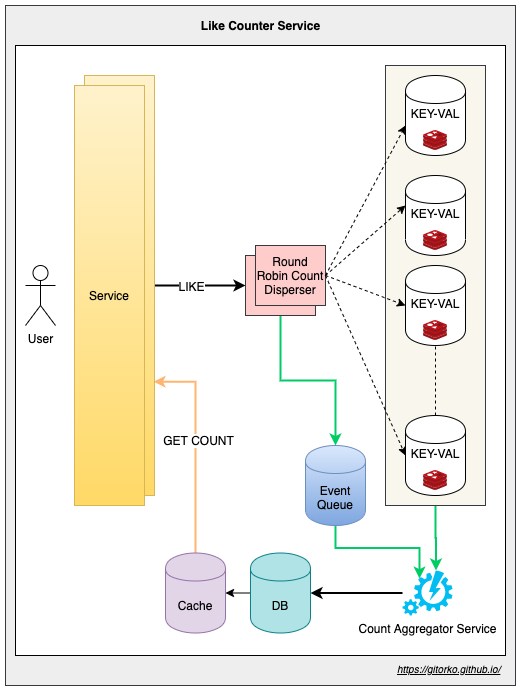
Above: post/grokking-the-system-design-interview/like-service.png in gitorko/gitorko.github.io (draw.io), before the change. Source tidied: cells renumbered, new cells last; positions are measured from the earlier drawing's top-left corner, leaving out a move shared by most shapes.
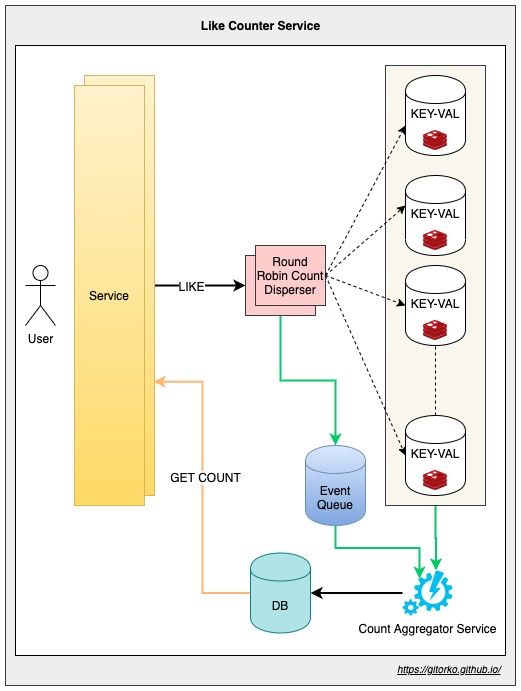
Above is the later version.

Diff of the diagram source:
```diff
@@ -41,7 +41,7 @@
     <mxCell id="13" value="LIKE" style="text;html=1;align=center;verticalAlign=middle;labelBackgroundColor=#ffffff;" parent="12" vertex="1">
       <mxGeometry x="-0.2" relative="1" as="geometry" />
     </mxCell>
-    <mxCell id="14" style="edgeStyle=orthogonalEdgeStyle;rounded=0;jettySize=auto;html=1;startArrow=classic;startFill=1;endArrow=none;endFill=0;strokeColor=#FFB570;strokeWidth=2;exitX=0.986;exitY=0.729;exitDx=0;exitDy=0;exitPerimeter=0;entryX=0.5;entryY=0;entryDx=0;entryDy=0;" parent="1" edge="1" source="16" target="41">
+    <mxCell id="14" style="edgeStyle=orthogonalEdgeStyle;rounded=0;jettySize=auto;html=1;startArrow=classic;startFill=1;endArrow=none;endFill=0;strokeColor=#FFB570;strokeWidth=2;exitX=0.986;exitY=0.729;exitDx=0;exitDy=0;exitPerimeter=0;entryX=0;entryY=0.5;entryDx=0;entryDy=0;" parent="1" edge="1" source="16" target="36">
       <mxGeometry relative="1" as="geometry" />
     </mxCell>
     <mxCell id="15" value="GET COUNT" style="text;html=1;align=center;verticalAlign=middle;labelBackgroundColor=#ffffff;" parent="14" vertex="1">
@@ -109,9 +109,6 @@
     <mxCell id="34" style="html=1;align=center;image;fontSize=12;image=img/lib/mscae/Cache_Redis_Product.svg;" parent="32" vertex="1">
       <mxGeometry x="18.1" y="55" width="23.8" height="20" as="geometry" />
     </mxCell>
-    <mxCell id="35" style="edgeStyle=orthogonalEdgeStyle;rounded=0;jettySize=auto;html=1;exitX=0;exitY=0.5;exitDx=0;exitDy=0;entryX=1;entryY=0.5;entryDx=0;entryDy=0;" parent="1" edge="1" source="36" target="41">
-      <mxGeometry relative="1" as="geometry" />
-    </mxCell>
     <mxCell id="36" value="DB" style="shape=cylinder;whiteSpace=wrap;html=1;boundedLbl=1;backgroundOutline=1;fillColor=#b0e3e6;strokeColor=#0e8088;" parent="1" vertex="1">
       <mxGeometry x="245" y="547.5" width="60" height="80" as="geometry" />
     </mxCell>
@@ -127,8 +124,5 @@
     <mxCell id="40" value="Service" style="rounded=0;whiteSpace=wrap;html=1;gradientColor=#ffd966;fillColor=#fff2cc;strokeColor=#d6b656;" parent="1" vertex="1">
       <mxGeometry x="69" y="80" width="70" height="420" as="geometry" />
     </mxCell>
-    <mxCell id="41" value="Cache" style="shape=cylinder;whiteSpace=wrap;html=1;boundedLbl=1;backgroundOutline=1;fillColor=#e1d5e7;strokeColor=#9673a6;" parent="1" vertex="1">
-      <mxGeometry x="160" y="547.5" width="60" height="80" as="geometry" />
-    </mxCell>
   </root>
 </mxGraphModel>
```
